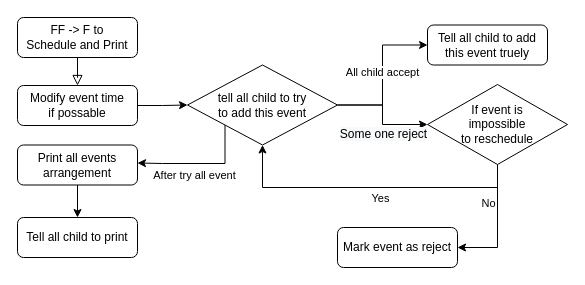
The draw.io diagram report/FCFS.drawio in guomaimang/Turbo-journey, before the edit. Source tidied: cells renumbered, new cells numbered last; positions are measured from the earlier drawing's top-left corner, leaving out a move shared by most shapes. Both pictures are drawn from the tidied source at 100%, with x=0, y=0 at pixel (17, 17).
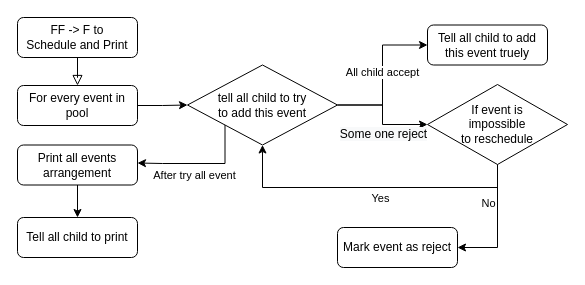
The same diagram, later.

The edit, as a diff of the source:
```diff
@@
-    <mxCell id="18" value="Modify event time&lt;br&gt;if possable" style="rounded=1;whiteSpace=wrap;html=1;fontSize=12;glass=0;strokeWidth=1;shadow=0;" parent="1" vertex="1">
+    <mxCell id="18" value="For every event in pool" style="rounded=1;whiteSpace=wrap;html=1;fontSize=12;glass=0;strokeWidth=1;shadow=0;" parent="1" vertex="1">
       <mxGeometry y="68" width="120" height="40" as="geometry" />
     </mxCell>
```
